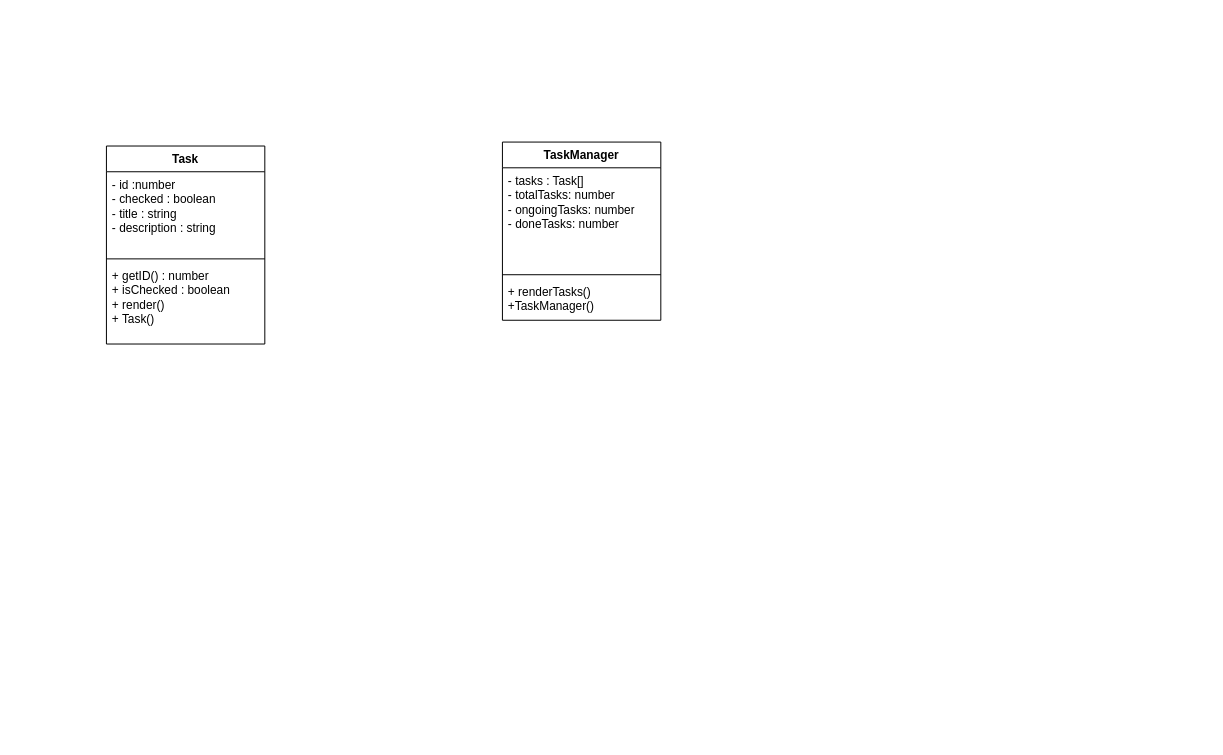
CreamCheesePeanutButter/Studymate keeps this draw.io diagram as UML-diagrams/Studymate.drawio. Above is the earlier version. Source tidied: cells renumbered, new cells numbered last; positions are measured from the earlier drawing's top-left corner, leaving out a move shared by most shapes. Both pictures are drawn from the tidied source at 99%, with x=0, y=0 at pixel (106, 142).
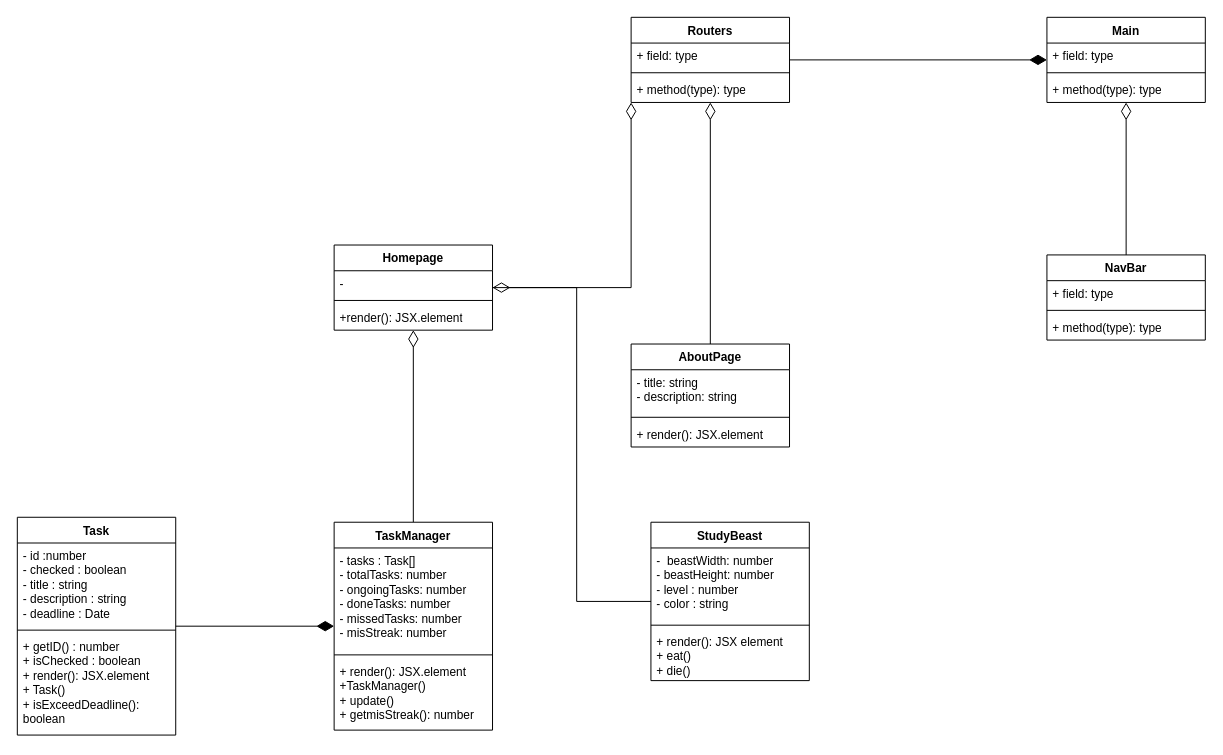
Above is the later version.

The edit, as a diff of the source:
```diff
@@
+    <mxCell id="10" style="edgeStyle=orthogonalEdgeStyle;rounded=0;jettySize=auto;html=1;entryX=0;entryY=0.5;entryDx=0;entryDy=0;endArrow=diamondThin;endFill=1;endSize=15;" parent="1" edge="1" source="2" target="6">
+      <mxGeometry relative="1" as="geometry" />
+    </mxCell>
     <mxCell id="2" value="Task" style="swimlane;fontStyle=1;align=center;verticalAlign=top;horizontal=1;startSize=26;whiteSpace=wrap;html=1;" parent="1" vertex="1">
-      <mxGeometry y="4" width="160" height="200" as="geometry" />
+      <mxGeometry x="-90" y="379" width="160" height="220" as="geometry" />
     </mxCell>
-    <mxCell id="3" value="- id :number&lt;div&gt;- checked : boolean&lt;/div&gt;&lt;div&gt;- title : string&lt;/div&gt;&lt;div&gt;- description : string&lt;/div&gt;&lt;div&gt;&lt;br&gt;&lt;/div&gt;" style="text;strokeColor=none;fillColor=none;align=left;verticalAlign=top;spacingLeft=4;spacingRight=4;overflow=hidden;whiteSpace=wrap;html=1;" parent="2" vertex="1">
+    <mxCell id="3" value="- id :number&lt;div&gt;- checked : boolean&lt;/div&gt;&lt;div&gt;- title : string&lt;/div&gt;&lt;div&gt;- description : string&lt;/div&gt;&lt;div&gt;- deadline : Date&lt;/div&gt;" style="text;strokeColor=none;fillColor=none;align=left;verticalAlign=top;spacingLeft=4;spacingRight=4;overflow=hidden;whiteSpace=wrap;html=1;" parent="2" vertex="1">
       <mxGeometry y="26" width="160" height="84" as="geometry" />
     </mxCell>
@@
-    <mxCell id="5" value="+ getID() : number&lt;div&gt;+ isChecked : boolean&amp;nbsp;&lt;/div&gt;&lt;div&gt;+ render()&lt;/div&gt;&lt;div&gt;+ Task()&amp;nbsp;&lt;/div&gt;" style="text;strokeColor=none;fillColor=none;align=left;verticalAlign=top;spacingLeft=4;spacingRight=4;overflow=hidden;whiteSpace=wrap;html=1;" parent="2" vertex="1">
-      <mxGeometry y="118" width="160" height="82" as="geometry" />
+    <mxCell id="5" value="+ getID() : number&lt;div&gt;+ isChecked : boolean&amp;nbsp;&lt;/div&gt;&lt;div&gt;+ render():&amp;nbsp;&lt;span style=&quot;background-color: transparent; color: light-dark(rgb(0, 0, 0), rgb(255, 255, 255));&quot;&gt;JSX.element&lt;/span&gt;&lt;/div&gt;&lt;div&gt;+ Task()&amp;nbsp;&lt;/div&gt;&lt;div&gt;+ isExceedDeadline(): boolean&lt;/div&gt;" style="text;strokeColor=none;fillColor=none;align=left;verticalAlign=top;spacingLeft=4;spacingRight=4;overflow=hidden;whiteSpace=wrap;html=1;" parent="2" vertex="1">
+      <mxGeometry y="118" width="160" height="102" as="geometry" />
     </mxCell>
+    <mxCell id="11" style="edgeStyle=orthogonalEdgeStyle;rounded=0;jettySize=auto;html=1;entryX=0.5;entryY=1;entryDx=0;entryDy=0;endArrow=diamondThin;endFill=0;endSize=15;" parent="1" edge="1" source="6" target="13">
+      <mxGeometry relative="1" as="geometry" />
+    </mxCell>
     <mxCell id="6" value="TaskManager" style="swimlane;fontStyle=1;align=center;verticalAlign=top;horizontal=1;startSize=26;whiteSpace=wrap;html=1;" parent="1" vertex="1">
-      <mxGeometry x="400" width="160" height="180" as="geometry" />
+      <mxGeometry x="230" y="384" width="160" height="210" as="geometry" />
     </mxCell>
-    <mxCell id="7" value="- tasks : Task[]&lt;div&gt;- totalTasks: number&lt;/div&gt;&lt;div&gt;- ongoingTasks: number&lt;/div&gt;&lt;div&gt;- doneTasks: number&lt;/div&gt;" style="text;strokeColor=none;fillColor=none;align=left;verticalAlign=top;spacingLeft=4;spacingRight=4;overflow=hidden;whiteSpace=wrap;html=1;" parent="6" vertex="1">
+    <mxCell id="7" value="- tasks : Task[]&lt;div&gt;- totalTasks: number&lt;/div&gt;&lt;div&gt;- ongoingTasks: number&lt;/div&gt;&lt;div&gt;- doneTasks: number&lt;/div&gt;&lt;div&gt;- missedTasks: number&lt;/div&gt;&lt;div&gt;- misStreak: number&lt;/div&gt;" style="text;strokeColor=none;fillColor=none;align=left;verticalAlign=top;spacingLeft=4;spacingRight=4;overflow=hidden;whiteSpace=wrap;html=1;" parent="6" vertex="1">
       <mxGeometry y="26" width="160" height="104" as="geometry" />
     </mxCell>
@@
-    <mxCell id="9" value="+ renderTasks()&lt;div&gt;+TaskManager()&lt;/div&gt;" style="text;strokeColor=none;fillColor=none;align=left;verticalAlign=top;spacingLeft=4;spacingRight=4;overflow=hidden;whiteSpace=wrap;html=1;" parent="6" vertex="1">
-      <mxGeometry y="138" width="160" height="42" as="geometry" />
+    <mxCell id="9" value="+ render(): JSX.element&lt;div&gt;+TaskManager()&lt;/div&gt;&lt;div&gt;+ update()&amp;nbsp;&lt;/div&gt;&lt;div&gt;+ getmisStreak(): number&lt;/div&gt;" style="text;strokeColor=none;fillColor=none;align=left;verticalAlign=top;spacingLeft=4;spacingRight=4;overflow=hidden;whiteSpace=wrap;html=1;" parent="6" vertex="1">
+      <mxGeometry y="138" width="160" height="72" as="geometry" />
     </mxCell>
+    <mxCell id="12" style="edgeStyle=orthogonalEdgeStyle;rounded=0;jettySize=auto;html=1;entryX=0;entryY=1;entryDx=0;entryDy=0;endArrow=diamondThin;endFill=0;endSize=15;" parent="1" edge="1" source="13" target="18">
+      <mxGeometry relative="1" as="geometry" />
+    </mxCell>
+    <mxCell id="13" value="Homepage" style="swimlane;fontStyle=1;align=center;verticalAlign=top;horizontal=1;startSize=26;whiteSpace=wrap;html=1;" parent="1" vertex="1">
+      <mxGeometry x="230" y="104" width="160" height="86" as="geometry" />
+    </mxCell>
+    <mxCell id="14" value="-" style="text;strokeColor=none;fillColor=none;align=left;verticalAlign=top;spacingLeft=4;spacingRight=4;overflow=hidden;whiteSpace=wrap;html=1;" parent="13" vertex="1">
+      <mxGeometry y="26" width="160" height="26" as="geometry" />
+    </mxCell>
+    <mxCell id="15" style="line;strokeWidth=1;fillColor=none;align=left;verticalAlign=middle;spacingTop=-1;spacingLeft=3;spacingRight=3;labelPosition=right;strokeColor=inherit;" parent="13" vertex="1">
+      <mxGeometry y="52" width="160" height="8" as="geometry" />
+    </mxCell>
+    <mxCell id="16" value="+render(): JSX.element" style="text;strokeColor=none;fillColor=none;align=left;verticalAlign=top;spacingLeft=4;spacingRight=4;overflow=hidden;whiteSpace=wrap;html=1;" parent="13" vertex="1">
+      <mxGeometry y="60" width="160" height="26" as="geometry" />
+    </mxCell>
+    <mxCell id="17" style="edgeStyle=orthogonalEdgeStyle;rounded=0;jettySize=auto;html=1;endArrow=diamondThin;endFill=1;endSize=15;" parent="1" edge="1" source="18" target="27">
+      <mxGeometry relative="1" as="geometry" />
+    </mxCell>
+    <mxCell id="18" value="Routers" style="swimlane;fontStyle=1;align=center;verticalAlign=top;horizontal=1;startSize=26;whiteSpace=wrap;html=1;" parent="1" vertex="1">
+      <mxGeometry x="530" y="-126" width="160" height="86" as="geometry" />
+    </mxCell>
+    <mxCell id="19" value="+ field: type" style="text;strokeColor=none;fillColor=none;align=left;verticalAlign=top;spacingLeft=4;spacingRight=4;overflow=hidden;whiteSpace=wrap;html=1;" parent="18" vertex="1">
+      <mxGeometry y="26" width="160" height="26" as="geometry" />
+    </mxCell>
+    <mxCell id="20" style="line;strokeWidth=1;fillColor=none;align=left;verticalAlign=middle;spacingTop=-1;spacingLeft=3;spacingRight=3;labelPosition=right;strokeColor=inherit;" parent="18" vertex="1">
+      <mxGeometry y="52" width="160" height="8" as="geometry" />
+    </mxCell>
+    <mxCell id="21" value="+ method(type): type" style="text;strokeColor=none;fillColor=none;align=left;verticalAlign=top;spacingLeft=4;spacingRight=4;overflow=hidden;whiteSpace=wrap;html=1;" parent="18" vertex="1">
+      <mxGeometry y="60" width="160" height="26" as="geometry" />
+    </mxCell>
+    <mxCell id="22" style="edgeStyle=orthogonalEdgeStyle;rounded=0;jettySize=auto;html=1;entryX=1;entryY=0.5;entryDx=0;entryDy=0;endArrow=diamondThin;endFill=0;endSize=15;" parent="1" edge="1" source="23" target="13">
+      <mxGeometry relative="1" as="geometry" />
+    </mxCell>
+    <mxCell id="23" value="StudyBeast" style="swimlane;fontStyle=1;align=center;verticalAlign=top;horizontal=1;startSize=26;whiteSpace=wrap;html=1;" parent="1" vertex="1">
+      <mxGeometry x="550" y="384" width="160" height="160" as="geometry" />
+    </mxCell>
+    <mxCell id="24" value="-&amp;nbsp; beastWidth: number&lt;div&gt;- beastHeight: number&lt;/div&gt;&lt;div&gt;- level : number&lt;/div&gt;&lt;div&gt;- color : string&lt;/div&gt;&lt;div&gt;&lt;br&gt;&lt;/div&gt;" style="text;strokeColor=none;fillColor=none;align=left;verticalAlign=top;spacingLeft=4;spacingRight=4;overflow=hidden;whiteSpace=wrap;html=1;" parent="23" vertex="1">
+      <mxGeometry y="26" width="160" height="74" as="geometry" />
+    </mxCell>
+    <mxCell id="25" style="line;strokeWidth=1;fillColor=none;align=left;verticalAlign=middle;spacingTop=-1;spacingLeft=3;spacingRight=3;labelPosition=right;strokeColor=inherit;" parent="23" vertex="1">
+      <mxGeometry y="100" width="160" height="8" as="geometry" />
+    </mxCell>
+    <mxCell id="26" value="+ render(): JSX element&lt;div&gt;+ eat()&lt;/div&gt;&lt;div&gt;+ die()&lt;/div&gt;" style="text;strokeColor=none;fillColor=none;align=left;verticalAlign=top;spacingLeft=4;spacingRight=4;overflow=hidden;whiteSpace=wrap;html=1;" parent="23" vertex="1">
+      <mxGeometry y="108" width="160" height="52" as="geometry" />
+    </mxCell>
+    <mxCell id="27" value="Main" style="swimlane;fontStyle=1;align=center;verticalAlign=top;horizontal=1;startSize=26;whiteSpace=wrap;html=1;" parent="1" vertex="1">
+      <mxGeometry x="950" y="-126" width="160" height="86" as="geometry" />
+    </mxCell>
+    <mxCell id="28" value="+ field: type" style="text;strokeColor=none;fillColor=none;align=left;verticalAlign=top;spacingLeft=4;spacingRight=4;overflow=hidden;whiteSpace=wrap;html=1;" parent="27" vertex="1">
+      <mxGeometry y="26" width="160" height="26" as="geometry" />
+    </mxCell>
+    <mxCell id="29" style="line;strokeWidth=1;fillColor=none;align=left;verticalAlign=middle;spacingTop=-1;spacingLeft=3;spacingRight=3;labelPosition=right;strokeColor=inherit;" parent="27" vertex="1">
+      <mxGeometry y="52" width="160" height="8" as="geometry" />
+    </mxCell>
+    <mxCell id="30" value="+ method(type): type" style="text;strokeColor=none;fillColor=none;align=left;verticalAlign=top;spacingLeft=4;spacingRight=4;overflow=hidden;whiteSpace=wrap;html=1;" parent="27" vertex="1">
+      <mxGeometry y="60" width="160" height="26" as="geometry" />
+    </mxCell>
+    <mxCell id="31" style="edgeStyle=orthogonalEdgeStyle;rounded=0;jettySize=auto;html=1;endArrow=diamondThin;endFill=0;endSize=15;" parent="1" edge="1" source="32" target="18">
+      <mxGeometry relative="1" as="geometry" />
+    </mxCell>
+    <mxCell id="32" value="AboutPage" style="swimlane;fontStyle=1;align=center;verticalAlign=top;horizontal=1;startSize=26;whiteSpace=wrap;html=1;" parent="1" vertex="1">
+      <mxGeometry x="530" y="204" width="160" height="104" as="geometry" />
+    </mxCell>
+    <mxCell id="33" value="- title: string&lt;div&gt;- description: string&lt;/div&gt;" style="text;strokeColor=none;fillColor=none;align=left;verticalAlign=top;spacingLeft=4;spacingRight=4;overflow=hidden;whiteSpace=wrap;html=1;" parent="32" vertex="1">
+      <mxGeometry y="26" width="160" height="44" as="geometry" />
+    </mxCell>
+    <mxCell id="34" style="line;strokeWidth=1;fillColor=none;align=left;verticalAlign=middle;spacingTop=-1;spacingLeft=3;spacingRight=3;labelPosition=right;strokeColor=inherit;" parent="32" vertex="1">
+      <mxGeometry y="70" width="160" height="8" as="geometry" />
+    </mxCell>
+    <mxCell id="35" value="+ render(): JSX.element" style="text;strokeColor=none;fillColor=none;align=left;verticalAlign=top;spacingLeft=4;spacingRight=4;overflow=hidden;whiteSpace=wrap;html=1;" parent="32" vertex="1">
+      <mxGeometry y="78" width="160" height="26" as="geometry" />
+    </mxCell>
+    <mxCell id="36" style="edgeStyle=orthogonalEdgeStyle;rounded=0;jettySize=auto;html=1;endArrow=diamondThin;endFill=0;endSize=15;" parent="1" edge="1" source="37" target="27">
+      <mxGeometry relative="1" as="geometry" />
+    </mxCell>
+    <mxCell id="37" value="NavBar" style="swimlane;fontStyle=1;align=center;verticalAlign=top;horizontal=1;startSize=26;whiteSpace=wrap;html=1;" parent="1" vertex="1">
+      <mxGeometry x="950" y="114" width="160" height="86" as="geometry" />
+    </mxCell>
+    <mxCell id="38" value="+ field: type" style="text;strokeColor=none;fillColor=none;align=left;verticalAlign=top;spacingLeft=4;spacingRight=4;overflow=hidden;whiteSpace=wrap;html=1;" parent="37" vertex="1">
+      <mxGeometry y="26" width="160" height="26" as="geometry" />
+    </mxCell>
+    <mxCell id="39" style="line;strokeWidth=1;fillColor=none;align=left;verticalAlign=middle;spacingTop=-1;spacingLeft=3;spacingRight=3;labelPosition=right;strokeColor=inherit;" parent="37" vertex="1">
+      <mxGeometry y="52" width="160" height="8" as="geometry" />
+    </mxCell>
+    <mxCell id="40" value="+ method(type): type" style="text;strokeColor=none;fillColor=none;align=left;verticalAlign=top;spacingLeft=4;spacingRight=4;overflow=hidden;whiteSpace=wrap;html=1;" parent="37" vertex="1">
+      <mxGeometry y="60" width="160" height="26" as="geometry" />
+    </mxCell>
```
